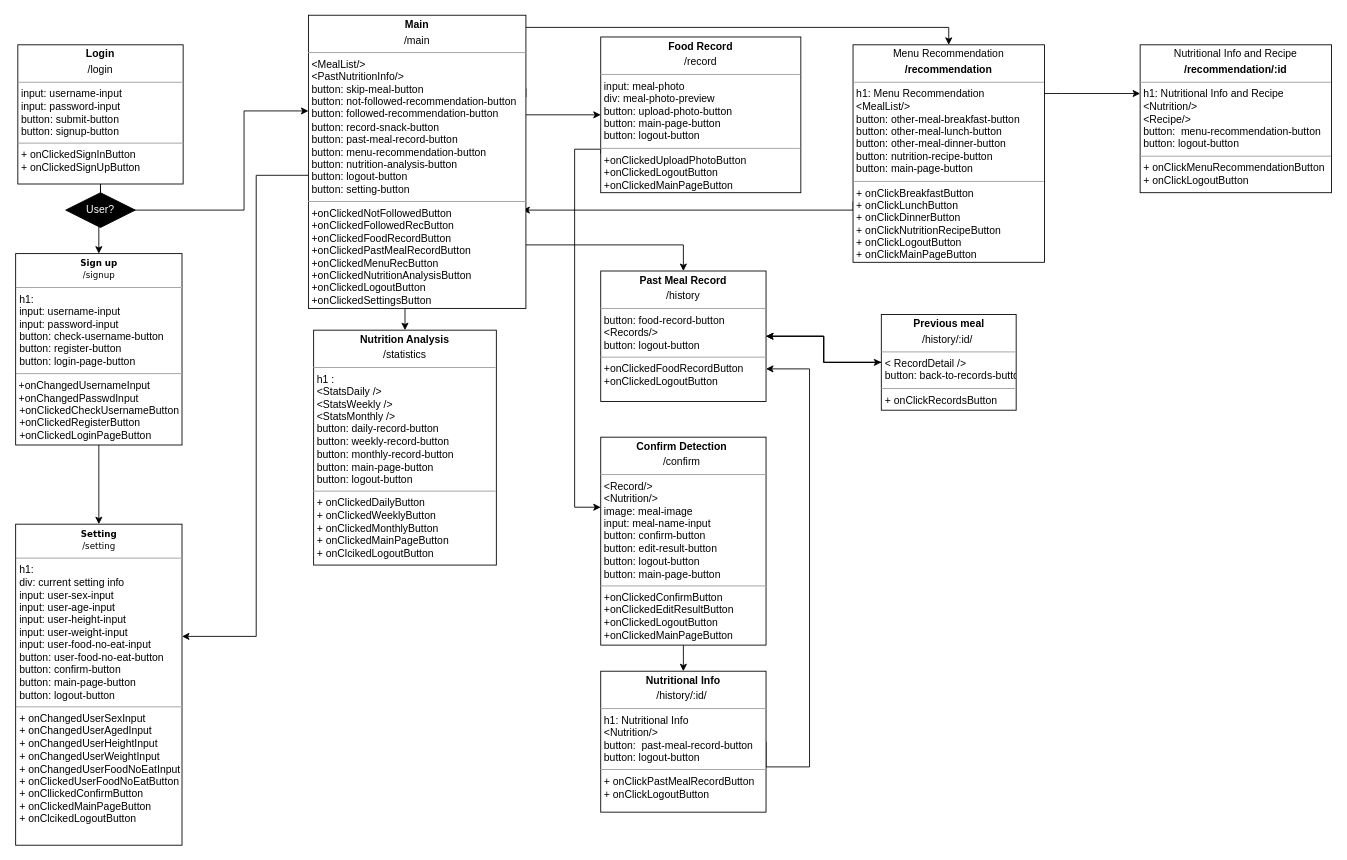
The draw.io diagram Untitled Diagram.drawio in swsnu/swpp2021-team5, before the edit. Source tidied: cells renumbered, new cells numbered last; positions are measured from the earlier drawing's top-left corner, leaving out a move shared by most shapes. Both pictures are drawn from the tidied source at 87%, with x=0, y=0 at pixel (16, 15).
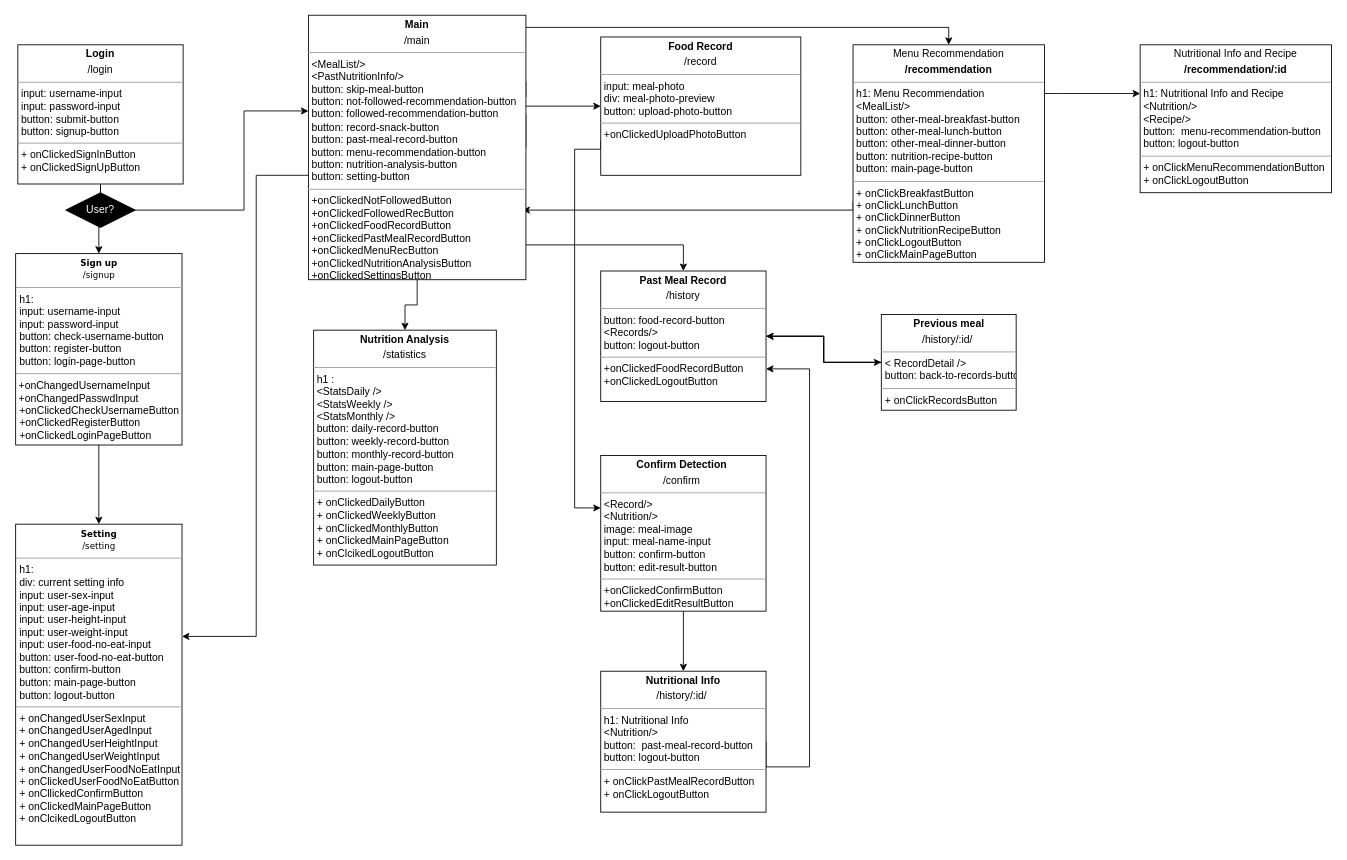
After the change.

Diff of the diagram source:
```diff
@@
-    <mxCell id="9" value="&lt;p style=&quot;margin: 0px ; margin-top: 4px ; text-align: center&quot;&gt;&lt;b&gt;Main&lt;/b&gt;&lt;/p&gt;&lt;p style=&quot;margin: 0px ; margin-top: 4px ; text-align: center&quot;&gt;/main&lt;/p&gt;&lt;hr size=&quot;1&quot;&gt;&lt;p style=&quot;margin: 0px ; margin-left: 4px&quot;&gt;&lt;span&gt;&amp;lt;MealList/&amp;gt;&lt;/span&gt;&lt;br&gt;&lt;/p&gt;&lt;p style=&quot;margin: 0px ; margin-left: 4px&quot;&gt;&amp;lt;PastNutritionInfo/&amp;gt;&lt;/p&gt;&lt;p style=&quot;margin: 0px ; margin-left: 4px&quot;&gt;button: skip-meal-button&lt;/p&gt;&lt;p style=&quot;margin: 0px ; margin-left: 4px&quot;&gt;button: not-followed-recommendation-button&lt;/p&gt;&lt;p style=&quot;margin: 0px 0px 0px 4px&quot;&gt;button: followed-recommendation-button&lt;/p&gt;&lt;p style=&quot;margin: 0px ; margin-left: 4px&quot;&gt;&lt;span&gt;button: record-snack-button&lt;/span&gt;&lt;br&gt;&lt;/p&gt;&lt;p style=&quot;margin: 0px 0px 0px 4px&quot;&gt;button: past-meal-record-button&lt;/p&gt;&lt;p style=&quot;margin: 0px 0px 0px 4px&quot;&gt;button: menu-recommendation-button&lt;/p&gt;&lt;p style=&quot;margin: 0px 0px 0px 4px&quot;&gt;button: nutrition-analysis-button&lt;/p&gt;&lt;p style=&quot;margin: 0px 0px 0px 4px&quot;&gt;button: logout-button&lt;/p&gt;&lt;p style=&quot;margin: 0px 0px 0px 4px&quot;&gt;button: setting-button&lt;/p&gt;&lt;hr size=&quot;1&quot;&gt;&lt;p style=&quot;margin: 0px ; margin-left: 4px&quot;&gt;+onClickedNotFollowedButton&lt;/p&gt;&lt;p style=&quot;margin: 0px ; margin-left: 4px&quot;&gt;+onClickedFollowedRecButton&lt;br&gt;&lt;/p&gt;&lt;p style=&quot;margin: 0px ; margin-left: 4px&quot;&gt;+onClickedFoodRecordButton&lt;/p&gt;&lt;p style=&quot;margin: 0px 0px 0px 4px&quot;&gt;+onClickedPastMealRecordButton&lt;/p&gt;&lt;p style=&quot;margin: 0px ; margin-left: 4px&quot;&gt;+onClickedMenuRecButton&lt;/p&gt;&lt;p style=&quot;margin: 0px ; margin-left: 4px&quot;&gt;+onClickedNutritionAnalysisButton&lt;/p&gt;&lt;p style=&quot;margin: 0px ; margin-left: 4px&quot;&gt;+onClickedLogoutButton&lt;/p&gt;&lt;p style=&quot;margin: 0px ; margin-left: 4px&quot;&gt;+onClickedSettingsButton&lt;/p&gt;" style="verticalAlign=top;align=left;overflow=fill;fontSize=12;fontFamily=Helvetica;html=1;rounded=0;shadow=0;comic=0;labelBackgroundColor=none;strokeWidth=1;" parent="1" vertex="1">
-      <mxGeometry x="336" width="250" height="337" as="geometry" />
+    <mxCell id="9" value="&lt;p style=&quot;margin: 0px ; margin-top: 4px ; text-align: center&quot;&gt;&lt;b&gt;Main&lt;/b&gt;&lt;/p&gt;&lt;p style=&quot;margin: 0px ; margin-top: 4px ; text-align: center&quot;&gt;/main&lt;/p&gt;&lt;hr size=&quot;1&quot;&gt;&lt;p style=&quot;margin: 0px ; margin-left: 4px&quot;&gt;&lt;span&gt;&amp;lt;MealList/&amp;gt;&lt;/span&gt;&lt;br&gt;&lt;/p&gt;&lt;p style=&quot;margin: 0px ; margin-left: 4px&quot;&gt;&amp;lt;PastNutritionInfo/&amp;gt;&lt;/p&gt;&lt;p style=&quot;margin: 0px ; margin-left: 4px&quot;&gt;button: skip-meal-button&lt;/p&gt;&lt;p style=&quot;margin: 0px ; margin-left: 4px&quot;&gt;button: not-followed-recommendation-button&lt;/p&gt;&lt;p style=&quot;margin: 0px 0px 0px 4px&quot;&gt;button: followed-recommendation-button&lt;/p&gt;&lt;p style=&quot;margin: 0px ; margin-left: 4px&quot;&gt;&lt;span&gt;button: record-snack-button&lt;/span&gt;&lt;br&gt;&lt;/p&gt;&lt;p style=&quot;margin: 0px 0px 0px 4px&quot;&gt;button: past-meal-record-button&lt;/p&gt;&lt;p style=&quot;margin: 0px 0px 0px 4px&quot;&gt;button: menu-recommendation-button&lt;/p&gt;&lt;p style=&quot;margin: 0px 0px 0px 4px&quot;&gt;button: nutrition-analysis-button&lt;/p&gt;&lt;p style=&quot;margin: 0px 0px 0px 4px&quot;&gt;&lt;span&gt;button: setting-button&lt;/span&gt;&lt;br&gt;&lt;/p&gt;&lt;hr size=&quot;1&quot;&gt;&lt;p style=&quot;margin: 0px ; margin-left: 4px&quot;&gt;+onClickedNotFollowedButton&lt;/p&gt;&lt;p style=&quot;margin: 0px ; margin-left: 4px&quot;&gt;+onClickedFollowedRecButton&lt;br&gt;&lt;/p&gt;&lt;p style=&quot;margin: 0px ; margin-left: 4px&quot;&gt;+onClickedFoodRecordButton&lt;/p&gt;&lt;p style=&quot;margin: 0px 0px 0px 4px&quot;&gt;+onClickedPastMealRecordButton&lt;/p&gt;&lt;p style=&quot;margin: 0px ; margin-left: 4px&quot;&gt;+onClickedMenuRecButton&lt;/p&gt;&lt;p style=&quot;margin: 0px ; margin-left: 4px&quot;&gt;+onClickedNutritionAnalysisButton&lt;/p&gt;&lt;p style=&quot;margin: 0px ; margin-left: 4px&quot;&gt;&lt;span&gt;+onClickedSettingsButton&lt;/span&gt;&lt;br&gt;&lt;/p&gt;" style="verticalAlign=top;align=left;overflow=fill;fontSize=12;fontFamily=Helvetica;html=1;rounded=0;shadow=0;comic=0;labelBackgroundColor=none;strokeWidth=1;" parent="1" vertex="1">
+      <mxGeometry x="336" width="250" height="304" as="geometry" />
     </mxCell>
@@
-    <mxCell id="15" value="&lt;p style=&quot;margin: 0px ; margin-top: 4px ; text-align: center&quot;&gt;&lt;b&gt;Food Record&lt;/b&gt;&lt;/p&gt;&lt;p style=&quot;margin: 0px ; margin-top: 4px ; text-align: center&quot;&gt;/record&lt;/p&gt;&lt;hr size=&quot;1&quot;&gt;&lt;p style=&quot;margin: 0px ; margin-left: 4px&quot;&gt;&lt;span&gt;input: meal-photo&lt;/span&gt;&lt;/p&gt;&lt;p style=&quot;margin: 0px ; margin-left: 4px&quot;&gt;&lt;span&gt;div: meal-photo-preview&lt;/span&gt;&lt;/p&gt;&lt;p style=&quot;margin: 0px ; margin-left: 4px&quot;&gt;&lt;span&gt;button: upload-photo-button&lt;/span&gt;&lt;br&gt;&lt;/p&gt;&lt;p style=&quot;margin: 0px 0px 0px 4px&quot;&gt;&lt;span&gt;button: main-page-button&lt;/span&gt;&lt;br&gt;&lt;/p&gt;&lt;p style=&quot;margin: 0px 0px 0px 4px&quot;&gt;button: logout-button&lt;/p&gt;&lt;hr size=&quot;1&quot;&gt;&lt;p style=&quot;margin: 0px ; margin-left: 4px&quot;&gt;&lt;span&gt;+onClickedUploadPhotoButton&lt;/span&gt;&lt;br&gt;&lt;/p&gt;&lt;p style=&quot;margin: 0px ; margin-left: 4px&quot;&gt;&lt;span&gt;+onClickedLogoutButton&lt;/span&gt;&lt;br&gt;&lt;/p&gt;&lt;p style=&quot;margin: 0px ; margin-left: 4px&quot;&gt;+onClickedMainPageButton&lt;/p&gt;" style="verticalAlign=top;align=left;overflow=fill;fontSize=12;fontFamily=Helvetica;html=1;rounded=0;shadow=0;comic=0;labelBackgroundColor=none;strokeWidth=1;" parent="1" vertex="1">
-      <mxGeometry x="672" y="25" width="230" height="179" as="geometry" />
+    <mxCell id="15" value="&lt;p style=&quot;margin: 0px ; margin-top: 4px ; text-align: center&quot;&gt;&lt;b&gt;Food Record&lt;/b&gt;&lt;/p&gt;&lt;p style=&quot;margin: 0px ; margin-top: 4px ; text-align: center&quot;&gt;/record&lt;/p&gt;&lt;hr size=&quot;1&quot;&gt;&lt;p style=&quot;margin: 0px ; margin-left: 4px&quot;&gt;&lt;span&gt;input: meal-photo&lt;/span&gt;&lt;/p&gt;&lt;p style=&quot;margin: 0px ; margin-left: 4px&quot;&gt;&lt;span&gt;div: meal-photo-preview&lt;/span&gt;&lt;/p&gt;&lt;p style=&quot;margin: 0px ; margin-left: 4px&quot;&gt;&lt;span&gt;button: upload-photo-button&lt;/span&gt;&lt;/p&gt;&lt;hr size=&quot;1&quot;&gt;&lt;p style=&quot;margin: 0px ; margin-left: 4px&quot;&gt;&lt;span&gt;+onClickedUploadPhotoButton&lt;/span&gt;&lt;br&gt;&lt;/p&gt;&lt;p style=&quot;margin: 0px ; margin-left: 4px&quot;&gt;&lt;br&gt;&lt;/p&gt;" style="verticalAlign=top;align=left;overflow=fill;fontSize=12;fontFamily=Helvetica;html=1;rounded=0;shadow=0;comic=0;labelBackgroundColor=none;strokeWidth=1;" parent="1" vertex="1">
+      <mxGeometry x="672" y="25" width="230" height="159" as="geometry" />
     </mxCell>
@@
-    <mxCell id="23" value="&lt;p style=&quot;margin: 0px ; margin-top: 4px ; text-align: center&quot;&gt;&lt;b&gt;Confirm Detection&amp;nbsp;&lt;/b&gt;&lt;/p&gt;&lt;p style=&quot;margin: 0px ; margin-top: 4px ; text-align: center&quot;&gt;/confirm&lt;b&gt;&amp;nbsp;&lt;/b&gt;&lt;/p&gt;&lt;hr size=&quot;1&quot;&gt;&lt;p style=&quot;margin: 0px ; margin-left: 4px&quot;&gt;&amp;lt;Record/&amp;gt;&lt;/p&gt;&lt;p style=&quot;margin: 0px ; margin-left: 4px&quot;&gt;&amp;lt;Nutrition/&amp;gt;&lt;/p&gt;&lt;p style=&quot;margin: 0px ; margin-left: 4px&quot;&gt;image: meal-image&lt;/p&gt;&lt;p style=&quot;margin: 0px ; margin-left: 4px&quot;&gt;input: meal-name-input&lt;/p&gt;&lt;p style=&quot;margin: 0px ; margin-left: 4px&quot;&gt;&lt;span&gt;button: confirm-button&lt;/span&gt;&lt;br&gt;&lt;/p&gt;&lt;p style=&quot;margin: 0px ; margin-left: 4px&quot;&gt;button: edit-result-button&lt;/p&gt;&lt;p style=&quot;margin: 0px ; margin-left: 4px&quot;&gt;button: logout-button&lt;/p&gt;&lt;p style=&quot;margin: 0px ; margin-left: 4px&quot;&gt;button: main-page-button&lt;br&gt;&lt;/p&gt;&lt;hr size=&quot;1&quot;&gt;&lt;p style=&quot;margin: 0px ; margin-left: 4px&quot;&gt;+onClickedConfirmButton&lt;/p&gt;&lt;p style=&quot;margin: 0px ; margin-left: 4px&quot;&gt;+onClickedEditResultButton&lt;/p&gt;&lt;p style=&quot;margin: 0px ; margin-left: 4px&quot;&gt;+onClickedLogoutButton&lt;/p&gt;&lt;p style=&quot;margin: 0px ; margin-left: 4px&quot;&gt;+onClickedMainPageButton&lt;/p&gt;&lt;p style=&quot;margin: 0px ; margin-left: 4px&quot;&gt;&lt;br&gt;&lt;/p&gt;" style="verticalAlign=top;align=left;overflow=fill;fontSize=12;fontFamily=Helvetica;html=1;" parent="1" vertex="1">
-      <mxGeometry x="672" y="485" width="190" height="239" as="geometry" />
+    <mxCell id="23" value="&lt;p style=&quot;margin: 0px ; margin-top: 4px ; text-align: center&quot;&gt;&lt;b&gt;Confirm Detection&amp;nbsp;&lt;/b&gt;&lt;/p&gt;&lt;p style=&quot;margin: 0px ; margin-top: 4px ; text-align: center&quot;&gt;/confirm&lt;b&gt;&amp;nbsp;&lt;/b&gt;&lt;/p&gt;&lt;hr size=&quot;1&quot;&gt;&lt;p style=&quot;margin: 0px ; margin-left: 4px&quot;&gt;&amp;lt;Record/&amp;gt;&lt;/p&gt;&lt;p style=&quot;margin: 0px ; margin-left: 4px&quot;&gt;&amp;lt;Nutrition/&amp;gt;&lt;/p&gt;&lt;p style=&quot;margin: 0px ; margin-left: 4px&quot;&gt;image: meal-image&lt;/p&gt;&lt;p style=&quot;margin: 0px ; margin-left: 4px&quot;&gt;input: meal-name-input&lt;/p&gt;&lt;p style=&quot;margin: 0px ; margin-left: 4px&quot;&gt;&lt;span&gt;button: confirm-button&lt;/span&gt;&lt;br&gt;&lt;/p&gt;&lt;p style=&quot;margin: 0px ; margin-left: 4px&quot;&gt;button: edit-result-button&lt;/p&gt;&lt;hr size=&quot;1&quot;&gt;&lt;p style=&quot;margin: 0px ; margin-left: 4px&quot;&gt;+onClickedConfirmButton&lt;/p&gt;&lt;p style=&quot;margin: 0px ; margin-left: 4px&quot;&gt;+onClickedEditResultButton&lt;/p&gt;&lt;p style=&quot;margin: 0px ; margin-left: 4px&quot;&gt;&lt;br&gt;&lt;/p&gt;&lt;p style=&quot;margin: 0px ; margin-left: 4px&quot;&gt;&lt;br&gt;&lt;/p&gt;" style="verticalAlign=top;align=left;overflow=fill;fontSize=12;fontFamily=Helvetica;html=1;" parent="1" vertex="1">
+      <mxGeometry x="672" y="506" width="190" height="179" as="geometry" />
     </mxCell>
```
